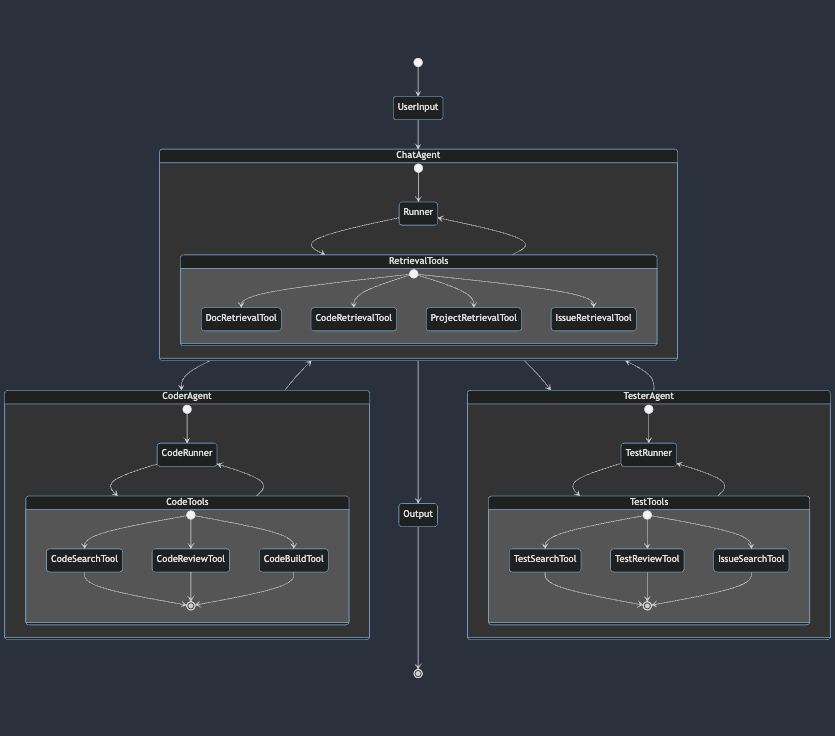
UmstadAI/zkAppUmstad keeps this Mermaid diagram as cli/diagram.png. Above is the earlier version. Its source is kept beside it as cli/diagram.mmd. Its diagram source:
```mermaid
stateDiagram-v2
    [*] --> UserInput
    UserInput --> ChatAgent
    state ChatAgent {
        [*]  -->  Runner
        state RetrievalTools {
            state DocRetrievalTool
            state CodeRetrievalTool
            state ProjectRetrievalTool
            state IssueRetrievalTool
            [*] --> DocRetrievalTool
            [*] --> CodeRetrievalTool
            [*] --> ProjectRetrievalTool
            [*] --> IssueRetrievalTool
        }
        Runner --> RetrievalTools
        RetrievalTools --> Runner
    }

    state CoderAgent {
        [*] --> CodeRunner
        state CodeTools {
            state CodeSearchTool
            state CodeReviewTool
            state CodeBuildTool
            [*] --> CodeSearchTool
            [*] --> CodeReviewTool
            [*] --> CodeBuildTool
            CodeSearchTool --> [*]
            CodeReviewTool --> [*]
            CodeBuildTool --> [*]
        }
        CodeRunner --> CodeTools
        CodeTools --> CodeRunner
    }
    ChatAgent --> CoderAgent
    CoderAgent --> ChatAgent

    ChatAgent --> Output

    state TesterAgent {
        [*] --> TestRunner
        state TestTools {
            state TestCommandTool
            state TestReviewTool
            state IssueSearchTool
            [*] --> TestSearchTool
            [*] --> TestReviewTool
            [*] --> IssueSearchTool
            TestSearchTool --> [*]
            TestReviewTool --> [*]
            IssueSearchTool --> [*]
        }
        TestRunner --> TestTools
        TestTools --> TestRunner
    }

    ChatAgent --> TesterAgent
    TesterAgent --> ChatAgent

    Output --> [*]
```
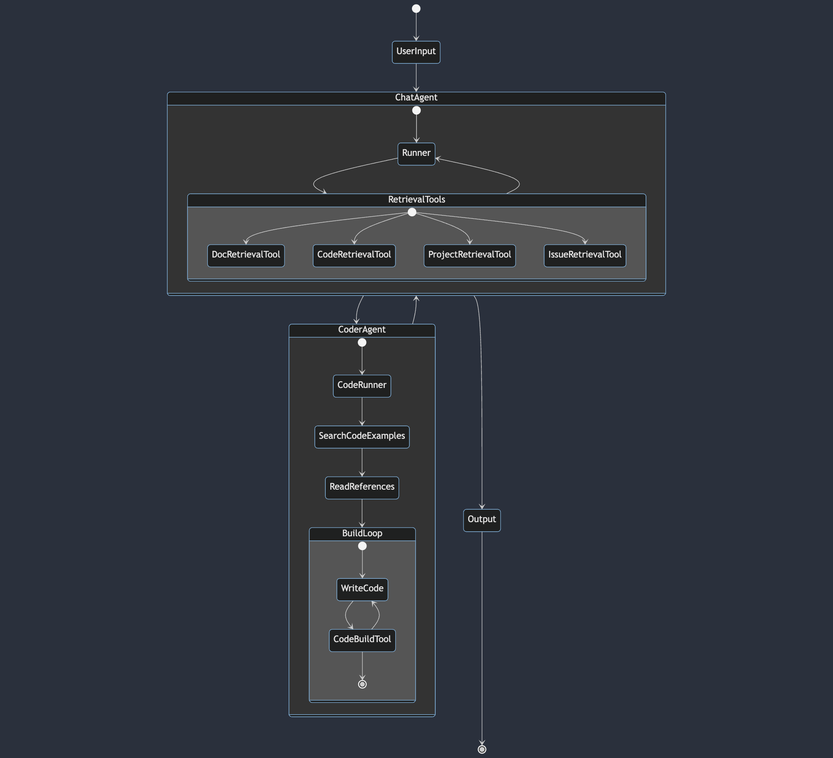
The same file after the commit.

Diff of the diagram source:
```diff
@@ -19,43 +19,22 @@
 
     state CoderAgent {
         [*] --> CodeRunner
-        state CodeTools {
-            state CodeSearchTool
-            state CodeReviewTool
+        CodeRunner --> SearchCodeExamples
+        SearchCodeExamples --> ReadReferences
+        ReadReferences --> BuildLoop
+        state BuildLoop {
+            state WriteCode
             state CodeBuildTool
-            [*] --> CodeSearchTool
-            [*] --> CodeReviewTool
-            [*] --> CodeBuildTool
-            CodeSearchTool --> [*]
-            CodeReviewTool --> [*]
+            [*] --> WriteCode
+            WriteCode --> CodeBuildTool
+            CodeBuildTool --> WriteCode
             CodeBuildTool --> [*]
         }
-        CodeRunner --> CodeTools
-        CodeTools --> CodeRunner
     }
     ChatAgent --> CoderAgent
     CoderAgent --> ChatAgent
 
     ChatAgent --> Output
 
-    state TesterAgent {
-        [*] --> TestRunner
-        state TestTools {
-            state TestCommandTool
-            state TestReviewTool
-            state IssueSearchTool
-            [*] --> TestSearchTool
-            [*] --> TestReviewTool
-            [*] --> IssueSearchTool
-            TestSearchTool --> [*]
-            TestReviewTool --> [*]
-            IssueSearchTool --> [*]
-        }
-        TestRunner --> TestTools
-        TestTools --> TestRunner
-    }
-
-    ChatAgent --> TesterAgent
-    TesterAgent --> ChatAgent
 
     Output --> [*]
```
